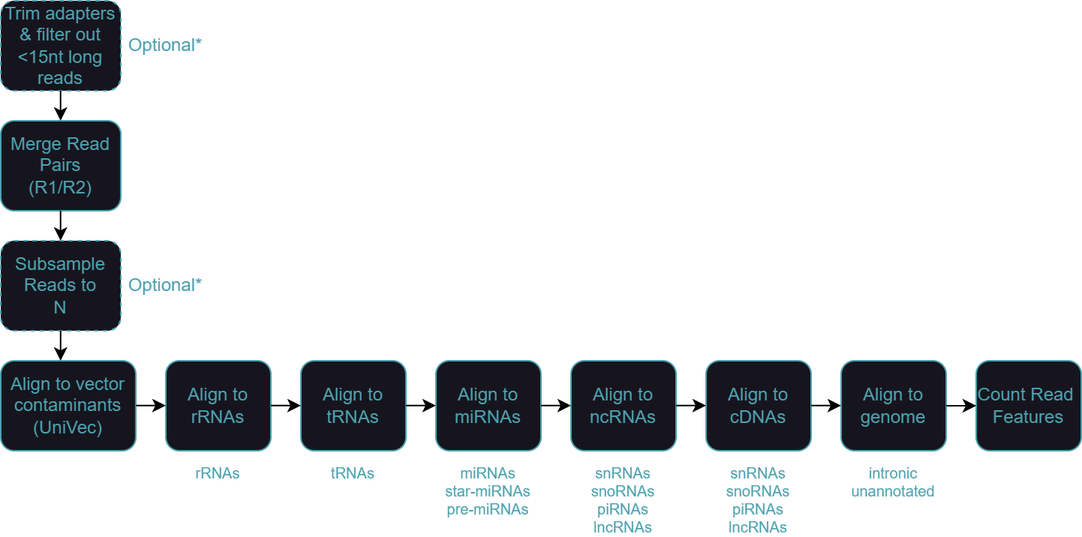
This is assets/overview.paired.lr.png from Aimann/rsb-align-pub, a draw.io export, as it was before one commit. Source tidied: cells renumbered, new cells last; positions are measured from the earlier drawing's top-left corner, leaving out a move shared by most shapes.
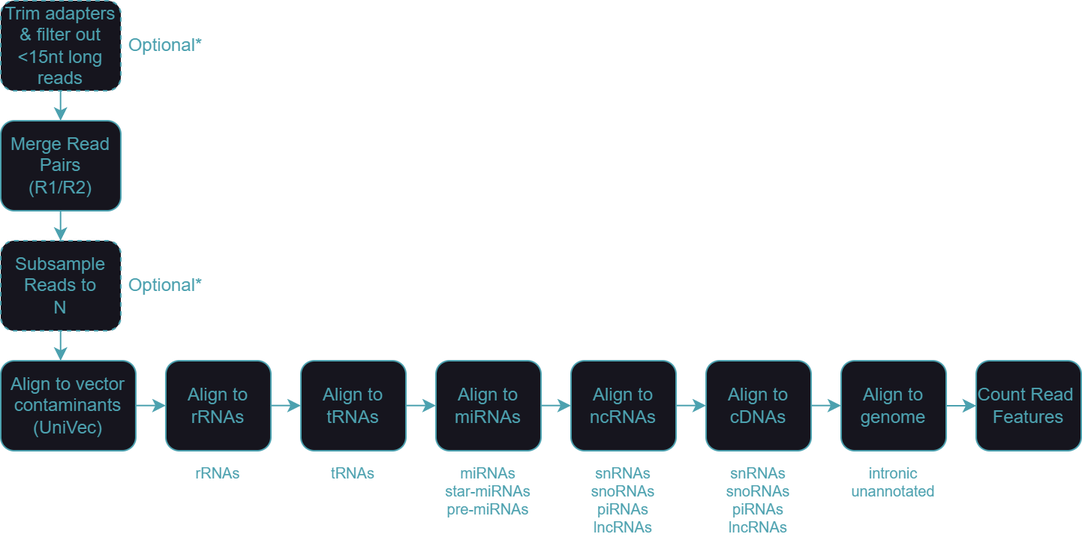
The same diagram one commit later.

What changed in the source:
```diff
@@ -26,37 +26,37 @@
     <mxCell id="9" value="&lt;font color=&quot;#4ca1af&quot;&gt;Subsample&lt;br&gt;Reads to&lt;br&gt;N&lt;/font&gt;" style="rounded=1;whiteSpace=wrap;html=1;dashed=1;fillColor=#16151e;strokeColor=#4CA1AF;" parent="1" vertex="1">
       <mxGeometry y="160" width="80" height="60" as="geometry" />
     </mxCell>
-    <mxCell id="10" style="endArrow=classic;html=1;exitX=1;exitY=0.5;exitDx=0;exitDy=0;entryX=0;entryY=0.5;entryDx=0;entryDy=0;" parent="1" edge="1">
+    <mxCell id="10" style="endArrow=classic;html=1;exitX=1;exitY=0.5;exitDx=0;exitDy=0;entryX=0;entryY=0.5;entryDx=0;entryDy=0;strokeColor=#4CA1AF;" parent="1" edge="1">
       <mxGeometry relative="1" as="geometry">
         <mxPoint x="180" y="269.9" as="sourcePoint" />
         <mxPoint x="200" y="269.9" as="targetPoint" />
       </mxGeometry>
     </mxCell>
-    <mxCell id="11" style="endArrow=classic;html=1;exitX=1;exitY=0.5;exitDx=0;exitDy=0;entryX=0;entryY=0.5;entryDx=0;entryDy=0;" parent="1" edge="1">
+    <mxCell id="11" style="endArrow=classic;html=1;exitX=1;exitY=0.5;exitDx=0;exitDy=0;entryX=0;entryY=0.5;entryDx=0;entryDy=0;strokeColor=#4CA1AF;" parent="1" edge="1">
       <mxGeometry relative="1" as="geometry">
         <mxPoint x="270" y="269.9" as="sourcePoint" />
         <mxPoint x="290" y="269.9" as="targetPoint" />
       </mxGeometry>
     </mxCell>
-    <mxCell id="12" style="endArrow=classic;html=1;exitX=1;exitY=0.5;exitDx=0;exitDy=0;entryX=0;entryY=0.5;entryDx=0;entryDy=0;" parent="1" edge="1">
+    <mxCell id="12" style="endArrow=classic;html=1;exitX=1;exitY=0.5;exitDx=0;exitDy=0;entryX=0;entryY=0.5;entryDx=0;entryDy=0;strokeColor=#4CA1AF;" parent="1" edge="1">
       <mxGeometry relative="1" as="geometry">
         <mxPoint x="360" y="269.9" as="sourcePoint" />
         <mxPoint x="380" y="269.9" as="targetPoint" />
       </mxGeometry>
     </mxCell>
-    <mxCell id="13" style="endArrow=classic;html=1;exitX=1;exitY=0.5;exitDx=0;exitDy=0;entryX=0;entryY=0.5;entryDx=0;entryDy=0;" parent="1" edge="1">
+    <mxCell id="13" style="endArrow=classic;html=1;exitX=1;exitY=0.5;exitDx=0;exitDy=0;entryX=0;entryY=0.5;entryDx=0;entryDy=0;strokeColor=#4CA1AF;" parent="1" edge="1">
       <mxGeometry relative="1" as="geometry">
         <mxPoint x="450" y="269.9" as="sourcePoint" />
         <mxPoint x="470" y="269.9" as="targetPoint" />
       </mxGeometry>
     </mxCell>
-    <mxCell id="14" style="endArrow=classic;html=1;exitX=1;exitY=0.5;exitDx=0;exitDy=0;entryX=0;entryY=0.5;entryDx=0;entryDy=0;" parent="1" edge="1">
+    <mxCell id="14" style="endArrow=classic;html=1;exitX=1;exitY=0.5;exitDx=0;exitDy=0;entryX=0;entryY=0.5;entryDx=0;entryDy=0;strokeColor=#4CA1AF;" parent="1" edge="1">
       <mxGeometry relative="1" as="geometry">
         <mxPoint x="540" y="269.9" as="sourcePoint" />
         <mxPoint x="560" y="269.9" as="targetPoint" />
       </mxGeometry>
     </mxCell>
-    <mxCell id="15" style="endArrow=classic;html=1;exitX=1;exitY=0.5;exitDx=0;exitDy=0;entryX=0;entryY=0.5;entryDx=0;entryDy=0;" parent="1" edge="1">
+    <mxCell id="15" style="endArrow=classic;html=1;exitX=1;exitY=0.5;exitDx=0;exitDy=0;entryX=0;entryY=0.5;entryDx=0;entryDy=0;strokeColor=#4CA1AF;" parent="1" edge="1">
       <mxGeometry relative="1" as="geometry">
         <mxPoint x="90" y="269.9" as="sourcePoint" />
         <mxPoint x="110" y="269.9" as="targetPoint" />
@@ -65,13 +65,13 @@
     <mxCell id="16" value="&lt;font color=&quot;#4ca1af&quot;&gt;Merge Read Pairs&lt;br&gt;(R1/R2)&lt;br&gt;&lt;/font&gt;" style="rounded=1;whiteSpace=wrap;html=1;fillColor=#16151e;strokeColor=#4CA1AF;" parent="1" vertex="1">
       <mxGeometry y="80" width="80" height="60" as="geometry" />
     </mxCell>
-    <mxCell id="17" style="endArrow=classic;html=1;exitX=0.5;exitY=1;exitDx=0;exitDy=0;entryX=0.5;entryY=0;entryDx=0;entryDy=0;" parent="1" edge="1">
+    <mxCell id="17" style="endArrow=classic;html=1;exitX=0.5;exitY=1;exitDx=0;exitDy=0;entryX=0.5;entryY=0;entryDx=0;entryDy=0;strokeColor=#4CA1AF;" parent="1" edge="1">
       <mxGeometry relative="1" as="geometry">
         <mxPoint x="39.9" y="140" as="sourcePoint" />
         <mxPoint x="39.9" y="160" as="targetPoint" />
       </mxGeometry>
     </mxCell>
-    <mxCell id="18" style="endArrow=classic;html=1;exitX=0.5;exitY=1;exitDx=0;exitDy=0;entryX=0.5;entryY=0;entryDx=0;entryDy=0;" parent="1" edge="1">
+    <mxCell id="18" style="endArrow=classic;html=1;exitX=0.5;exitY=1;exitDx=0;exitDy=0;entryX=0.5;entryY=0;entryDx=0;entryDy=0;strokeColor=#4CA1AF;" parent="1" edge="1">
       <mxGeometry relative="1" as="geometry">
         <mxPoint x="39.9" y="220" as="sourcePoint" />
         <mxPoint x="39.9" y="240" as="targetPoint" />
@@ -80,7 +80,7 @@
     <mxCell id="19" value="&lt;font color=&quot;#4ca1af&quot;&gt;Count Read&amp;nbsp;&lt;br&gt;Features&lt;/font&gt;" style="rounded=1;whiteSpace=wrap;html=1;fillColor=#16151e;strokeColor=#4CA1AF;" parent="1" vertex="1">
       <mxGeometry x="650" y="240" width="70" height="60" as="geometry" />
     </mxCell>
-    <mxCell id="20" style="endArrow=classic;html=1;exitX=1;exitY=0.5;exitDx=0;exitDy=0;entryX=0;entryY=0.5;entryDx=0;entryDy=0;" parent="1" edge="1" source="8" target="19">
+    <mxCell id="20" style="endArrow=classic;html=1;exitX=1;exitY=0.5;exitDx=0;exitDy=0;entryX=0;entryY=0.5;entryDx=0;entryDy=0;strokeColor=#4CA1AF;" parent="1" edge="1" source="8" target="19">
       <mxGeometry relative="1" as="geometry" />
     </mxCell>
     <mxCell id="21" value="Optional*&lt;span style=&quot;font-family: monospace; font-size: 0px; text-align: start;&quot;&gt;%3CmxGraphModel%3E%3Croot%3E%3CmxCell%20id%3D%220%22%2F%3E%3CmxCell%20id%3D%221%22%20parent%3D%220%22%2F%3E%3CmxCell%20id%3D%222%22%20value%3D%22%22%20style%3D%22endArrow%3Dclassic%3Bhtml%3D1%3BexitX%3D0.5%3BexitY%3D1%3BexitDx%3D0%3BexitDy%3D0%3BentryX%3D0.5%3BentryY%3D0%3BentryDx%3D0%3BentryDy%3D0%3B%22%20edge%3D%221%22%20parent%3D%221%22%3E%3CmxGeometry%20width%3D%2250%22%20height%3D%2250%22%20relative%3D%221%22%20as%3D%22geometry%22%3E%3CmxPoint%20x%3D%22714.8%22%20y%3D%22510%22%20as%3D%22sourcePoint%22%2F%3E%3CmxPoint%20x%3D%22714.8%22%20y%3D%22530%22%20as%3D%22targetPoint%22%2F%3E%3C%2FmxGeometry%3E%3C%2FmxCell%3E%3C%2Froot%3E%3C%2FmxGraphModel%3E&lt;/span&gt;" style="text;html=1;strokeColor=none;fillColor=none;align=center;verticalAlign=middle;whiteSpace=wrap;rounded=0;fontColor=#4CA1AF;" parent="1" vertex="1">
@@ -107,7 +107,7 @@
     <mxCell id="28" value="&lt;font color=&quot;#4ca1af&quot;&gt;Trim adapters &amp;amp; filter out &amp;lt;15nt long reads&lt;/font&gt;" style="rounded=1;whiteSpace=wrap;html=1;dashed=1;fillColor=#16151e;strokeColor=#4CA1AF;" parent="1" vertex="1">
       <mxGeometry width="80" height="60" as="geometry" />
     </mxCell>
-    <mxCell id="29" style="endArrow=classic;html=1;exitX=0.5;exitY=1;exitDx=0;exitDy=0;entryX=0.5;entryY=0;entryDx=0;entryDy=0;" parent="1" edge="1">
+    <mxCell id="29" style="endArrow=classic;html=1;exitX=0.5;exitY=1;exitDx=0;exitDy=0;entryX=0.5;entryY=0;entryDx=0;entryDy=0;strokeColor=#4CA1AF;" parent="1" edge="1">
       <mxGeometry relative="1" as="geometry">
         <mxPoint x="39.9" y="60" as="sourcePoint" />
         <mxPoint x="39.9" y="80" as="targetPoint" />
```
